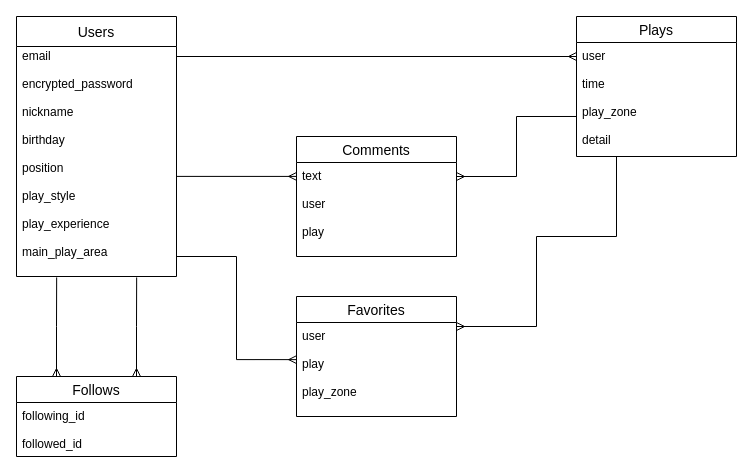
ackey-getup/sakatomo keeps this draw.io diagram as さかともER.dio. Above is the earlier version. Source tidied: cells renumbered, new cells numbered last; positions are measured from the earlier drawing's top-left corner, leaving out a move shared by most shapes. Both pictures are drawn from the tidied source at 100%, with x=0, y=0 at pixel (16, 16).
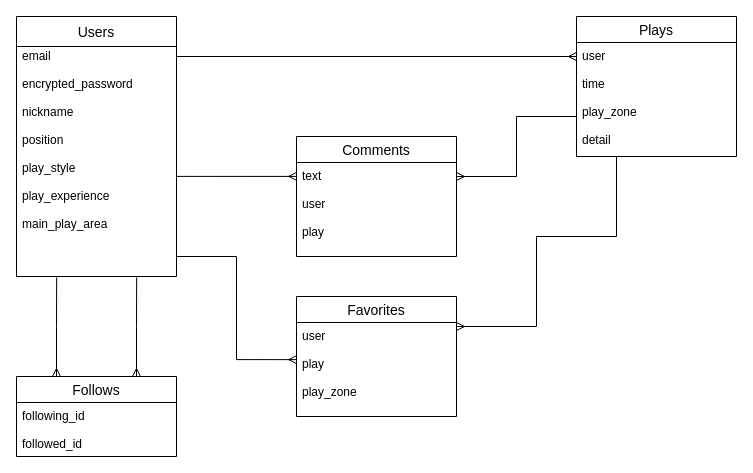
After the change.

The edit, as a diff of the source:
```diff
@@
-    <mxCell id="17" value="email&#10;&#10;encrypted_password&#10;&#10;nickname&#10;&#10;birthday&#10;&#10;position&#10;&#10;play_style&#10;&#10;play_experience&#10;&#10;main_play_area" style="text;strokeColor=none;fillColor=none;spacingLeft=4;spacingRight=4;overflow=hidden;points=[[0,0.5],[1,0.5]];portConstraint=eastwest;fontSize=12;" parent="1" vertex="1">
+    <mxCell id="17" value="email&#10;&#10;encrypted_password&#10;&#10;nickname&#10;&#10;position&#10;&#10;play_style&#10;&#10;play_experience&#10;&#10;main_play_area" style="text;strokeColor=none;fillColor=none;spacingLeft=4;spacingRight=4;overflow=hidden;points=[[0,0.5],[1,0.5]];portConstraint=eastwest;fontSize=12;" parent="1" vertex="1">
       <mxGeometry y="26" width="160" height="234" as="geometry" />
     </mxCell>
```
